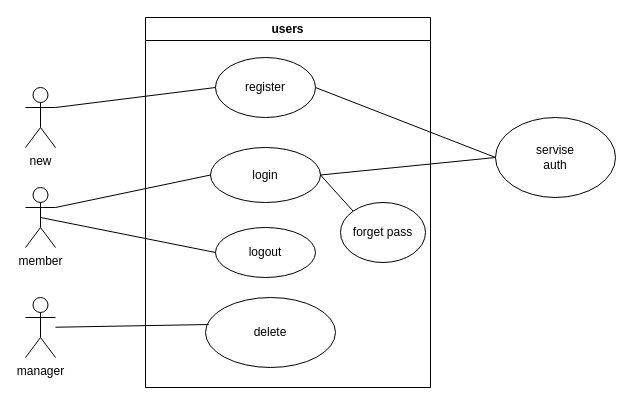
aviram10/kehilat-israel keeps this draw.io diagram as diagrams/usecaseLogin.drawio. Above is the earlier version. Source tidied: cells renumbered, new cells numbered last; positions are measured from the earlier drawing's top-left corner, leaving out a move shared by most shapes. Both pictures are drawn from the tidied source at 100%, with x=0, y=0 at pixel (25, 17).
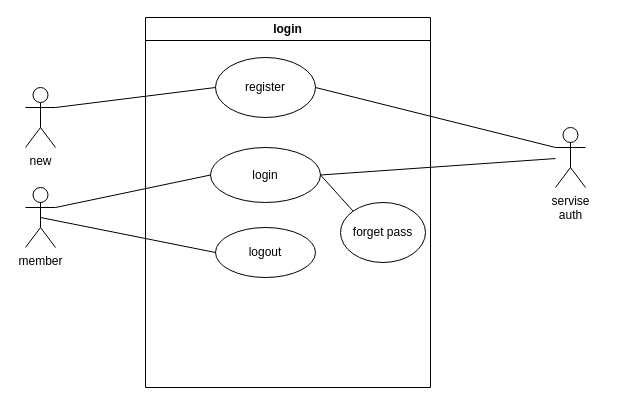
The same page after the edit.

Change to the diagram source:
```diff
@@
 <mxGraphModel>
   <root>
     <mxCell id="0" />
     <mxCell id="1" parent="0" />
-    <mxCell id="2" value="users" style="swimlane;whiteSpace=wrap;html=1;startSize=23;" parent="1" vertex="1">
+    <mxCell id="2" value="login" style="swimlane;whiteSpace=wrap;html=1;startSize=23;" parent="1" vertex="1">
       <mxGeometry x="120" width="285" height="370" as="geometry" />
     </mxCell>
     <mxCell id="3" value="register" style="ellipse;whiteSpace=wrap;html=1;" parent="2" vertex="1">
       <mxGeometry x="70" y="40" width="100" height="60" as="geometry" />
     </mxCell>
     <mxCell id="4" style="edgeStyle=none;html=1;exitX=1;exitY=0.5;exitDx=0;exitDy=0;entryX=0;entryY=0;entryDx=0;entryDy=0;endArrow=none;endFill=0;" parent="2" edge="1" source="5" target="7">
       <mxGeometry relative="1" as="geometry" />
     </mxCell>
     <mxCell id="5" value="login" style="ellipse;whiteSpace=wrap;html=1;" parent="2" vertex="1">
       <mxGeometry x="65" y="130" width="110" height="55" as="geometry" />
     </mxCell>
     <mxCell id="6" value="logout" style="ellipse;whiteSpace=wrap;html=1;" parent="2" vertex="1">
       <mxGeometry x="70" y="210" width="100" height="50" as="geometry" />
     </mxCell>
     <mxCell id="7" value="forget pass" style="ellipse;whiteSpace=wrap;html=1;" parent="2" vertex="1">
       <mxGeometry x="195" y="185" width="85" height="60" as="geometry" />
     </mxCell>
-    <mxCell id="8" value="delete" style="ellipse;whiteSpace=wrap;html=1;" parent="2" vertex="1">
-      <mxGeometry x="60" y="280" width="130" height="70" as="geometry" />
-    </mxCell>
     <mxCell id="9" style="edgeStyle=none;html=1;exitX=1;exitY=0.3333333333333333;exitDx=0;exitDy=0;exitPerimeter=0;entryX=0;entryY=0.5;entryDx=0;entryDy=0;endArrow=none;endFill=0;" parent="1" edge="1" source="11" target="5">
       <mxGeometry relative="1" as="geometry" />
     </mxCell>
     <mxCell id="10" style="edgeStyle=none;html=1;exitX=0.5;exitY=0.5;exitDx=0;exitDy=0;exitPerimeter=0;entryX=0;entryY=0.5;entryDx=0;entryDy=0;endArrow=none;endFill=0;" parent="1" edge="1" source="11" target="6">
       <mxGeometry relative="1" as="geometry" />
     </mxCell>
     <mxCell id="11" value="member" style="shape=umlActor;verticalLabelPosition=bottom;verticalAlign=top;html=1;outlineConnect=0;" parent="1" vertex="1">
       <mxGeometry y="170" width="30" height="60" as="geometry" />
     </mxCell>
     <mxCell id="12" style="edgeStyle=none;html=1;exitX=1;exitY=0.3333333333333333;exitDx=0;exitDy=0;exitPerimeter=0;entryX=0;entryY=0.5;entryDx=0;entryDy=0;endArrow=none;endFill=0;" parent="1" edge="1" source="13" target="3">
       <mxGeometry relative="1" as="geometry" />
     </mxCell>
     <mxCell id="13" value="new&lt;br&gt;" style="shape=umlActor;verticalLabelPosition=bottom;verticalAlign=top;html=1;outlineConnect=0;" parent="1" vertex="1">
       <mxGeometry y="70" width="30" height="60" as="geometry" />
     </mxCell>
-    <mxCell id="14" value="servise&lt;br&gt;auth" style="ellipse;whiteSpace=wrap;html=1;" parent="1" vertex="1">
-      <mxGeometry x="470" y="100" width="120" height="80" as="geometry" />
-    </mxCell>
-    <mxCell id="15" style="edgeStyle=none;html=1;exitX=1;exitY=0.5;exitDx=0;exitDy=0;endArrow=none;endFill=0;entryX=0;entryY=0.5;entryDx=0;entryDy=0;" parent="1" edge="1" source="3" target="14">
+    <mxCell id="15" style="edgeStyle=none;html=1;exitX=1;exitY=0.5;exitDx=0;exitDy=0;endArrow=none;endFill=0;entryX=0;entryY=0.3333333333333333;entryDx=0;entryDy=0;entryPerimeter=0;" parent="1" edge="1" source="3" target="14">
       <mxGeometry relative="1" as="geometry" />
     </mxCell>
-    <mxCell id="16" style="edgeStyle=none;html=1;exitX=1;exitY=0.5;exitDx=0;exitDy=0;endArrow=none;endFill=0;entryX=0;entryY=0.5;entryDx=0;entryDy=0;" parent="1" edge="1" source="5" target="14">
+    <mxCell id="16" style="edgeStyle=none;html=1;exitX=1;exitY=0.5;exitDx=0;exitDy=0;endArrow=none;endFill=0;" parent="1" edge="1" source="5" target="14">
       <mxGeometry relative="1" as="geometry" />
     </mxCell>
-    <mxCell id="17" style="edgeStyle=none;html=1;entryX=0.024;entryY=0.386;entryDx=0;entryDy=0;entryPerimeter=0;endArrow=none;endFill=0;" parent="1" edge="1" source="18" target="8">
-      <mxGeometry relative="1" as="geometry" />
-    </mxCell>
-    <mxCell id="18" value="manager" style="shape=umlActor;verticalLabelPosition=bottom;verticalAlign=top;html=1;outlineConnect=0;" parent="1" vertex="1">
-      <mxGeometry y="280" width="30" height="60" as="geometry" />
-    </mxCell>
+    <mxCell id="14" value="servise&lt;br&gt;auth" style="shape=umlActor;verticalLabelPosition=bottom;verticalAlign=top;html=1;outlineConnect=0;" parent="1" vertex="1">
+      <mxGeometry x="530" y="110" width="30" height="60" as="geometry" />
+    </mxCell>
   </root>
 </mxGraphModel>
```
